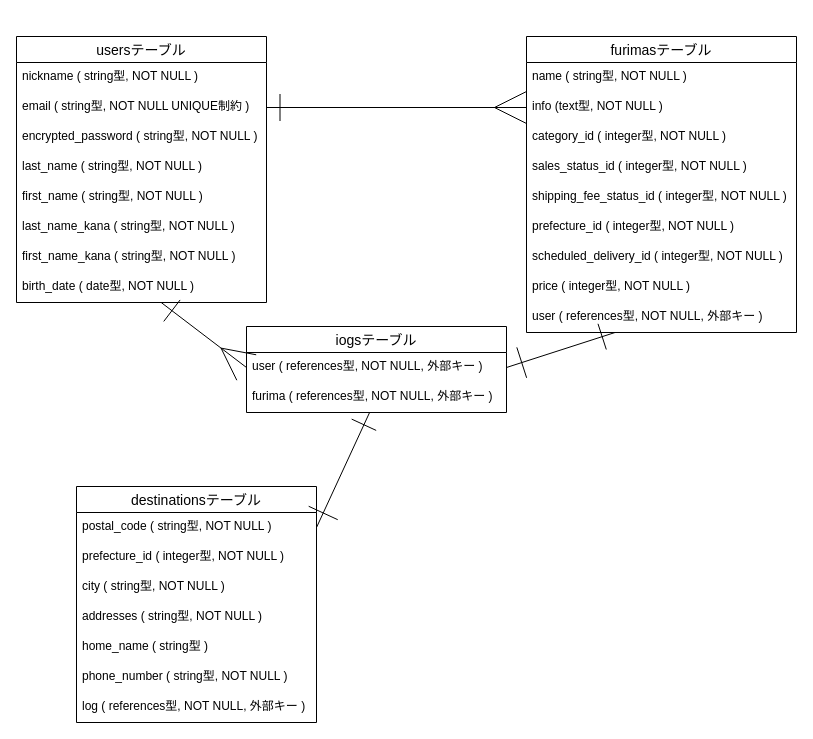
This is furima.dio from iba369963/furima-40003, a draw.io file, before an edit. Source tidied: cells renumbered, new cells numbered last; positions are measured from the earlier drawing's top-left corner, leaving out a move shared by most shapes. Both pictures are drawn from the tidied source at 100%, with x=0, y=0 at pixel (16, 36).
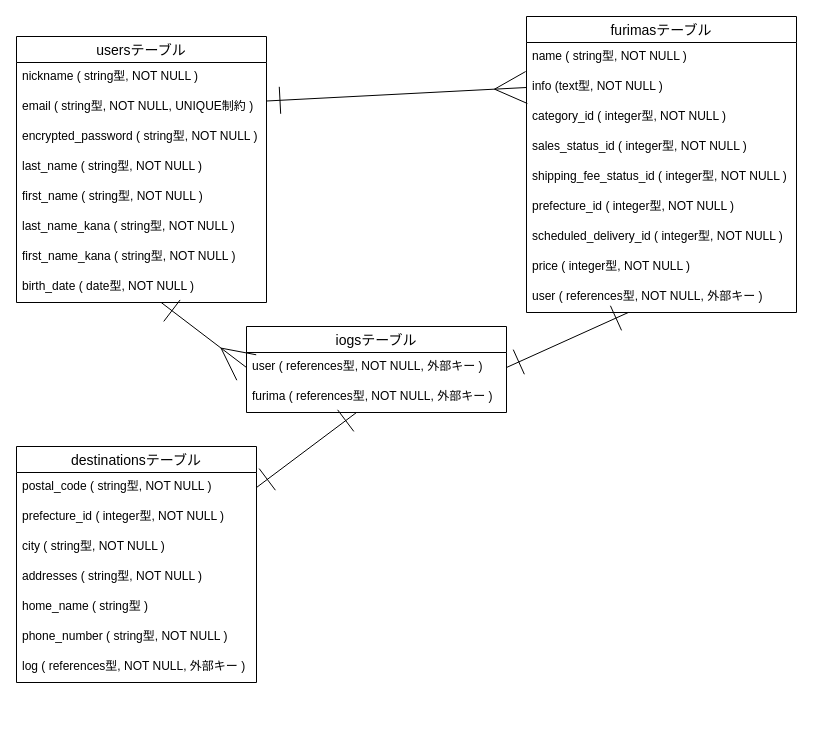
The same diagram, later.

Commit message (it also covers changes not shown here):
データベース設計５

Unchanged cells that the change refers to:
```xml
<mxCell id="2" value="usersテーブル" style="swimlane;fontStyle=0;horizontal=1;startSize=26;align=center;fontSize=14;" parent="1" vertex="1">
  <mxGeometry width="250" height="266" as="geometry" />
</mxCell>
<mxCell id="20" value="user ( references型, NOT NULL, 外部キー )" style="text;strokeColor=none;fillColor=none;spacingLeft=4;spacingRight=4;overflow=hidden;points=[[0,0.5],[1,0.5]];portConstraint=eastwest;fontSize=12;" parent="11" vertex="1">
  <mxGeometry y="266" width="270" height="30" as="geometry" />
</mxCell>
<mxCell id="22" value="user ( references型, NOT NULL, 外部キー )" style="text;strokeColor=none;fillColor=none;spacingLeft=4;spacingRight=4;overflow=hidden;points=[[0,0.5],[1,0.5]];portConstraint=eastwest;fontSize=12;" parent="21" vertex="1">
  <mxGeometry y="26" width="260" height="30" as="geometry" />
</mxCell>
<mxCell id="23" value="furima ( references型, NOT NULL, 外部キー )" style="text;strokeColor=none;fillColor=none;spacingLeft=4;spacingRight=4;overflow=hidden;points=[[0,0.5],[1,0.5]];portConstraint=eastwest;fontSize=12;" parent="21" vertex="1">
  <mxGeometry y="56" width="260" height="30" as="geometry" />
</mxCell>
<mxCell id="25" value="postal_code ( string型, NOT NULL )" style="text;strokeColor=none;fillColor=none;spacingLeft=4;spacingRight=4;overflow=hidden;points=[[0,0.5],[1,0.5]];portConstraint=eastwest;fontSize=12;" parent="24" vertex="1">
  <mxGeometry y="26" width="240" height="30" as="geometry" />
</mxCell>
```

Change to the diagram source:
```diff
@@
-    <mxCell id="4" value="email ( string型, NOT NULL UNIQUE制約 )" style="text;strokeColor=none;fillColor=none;spacingLeft=4;spacingRight=4;overflow=hidden;points=[[0,0.5],[1,0.5]];portConstraint=eastwest;fontSize=12;" parent="2" vertex="1">
+    <mxCell id="4" value="email ( string型, NOT NULL, UNIQUE制約 )" style="text;strokeColor=none;fillColor=none;spacingLeft=4;spacingRight=4;overflow=hidden;points=[[0,0.5],[1,0.5]];portConstraint=eastwest;fontSize=12;" parent="2" vertex="1">
       <mxGeometry y="56" width="250" height="30" as="geometry" />
     </mxCell>
@@
     <mxCell id="11" value="furimasテーブル" style="swimlane;fontStyle=0;horizontal=1;startSize=26;align=center;fontSize=14;" parent="1" vertex="1">
-      <mxGeometry x="510" width="270" height="296" as="geometry" />
+      <mxGeometry x="510" y="-20" width="270" height="296" as="geometry" />
     </mxCell>
@@
     <mxCell id="24" value="destinationsテーブル" style="swimlane;fontStyle=0;horizontal=1;startSize=26;align=center;fontSize=14;" parent="1" vertex="1">
-      <mxGeometry x="60" y="450" width="240" height="236" as="geometry" />
+      <mxGeometry y="410" width="240" height="236" as="geometry" />
     </mxCell>
@@
-    <mxCell id="34" style="edgeStyle=none;html=1;exitX=1;exitY=0.5;exitDx=0;exitDy=0;startArrow=ERone;startFill=0;endArrow=ERone;endFill=0;startSize=30;endSize=25;" parent="1" edge="1" source="22" target="20">
+    <mxCell id="34" style="edgeStyle=none;html=1;exitX=1;exitY=0.5;exitDx=0;exitDy=0;startArrow=ERone;startFill=0;endArrow=ERone;endFill=0;startSize=25;endSize=25;" parent="1" edge="1" source="22" target="20">
       <mxGeometry relative="1" as="geometry" />
     </mxCell>
-    <mxCell id="35" style="edgeStyle=none;html=1;exitX=1;exitY=0.5;exitDx=0;exitDy=0;startArrow=ERone;startFill=0;endArrow=ERone;endFill=0;startSize=30;endSize=25;" parent="1" edge="1" source="25" target="23">
+    <mxCell id="35" style="edgeStyle=none;html=1;exitX=1;exitY=0.5;exitDx=0;exitDy=0;startArrow=ERone;startFill=0;endArrow=ERone;endFill=0;startSize=25;endSize=25;" parent="1" edge="1" source="25" target="23">
       <mxGeometry relative="1" as="geometry" />
     </mxCell>
```
